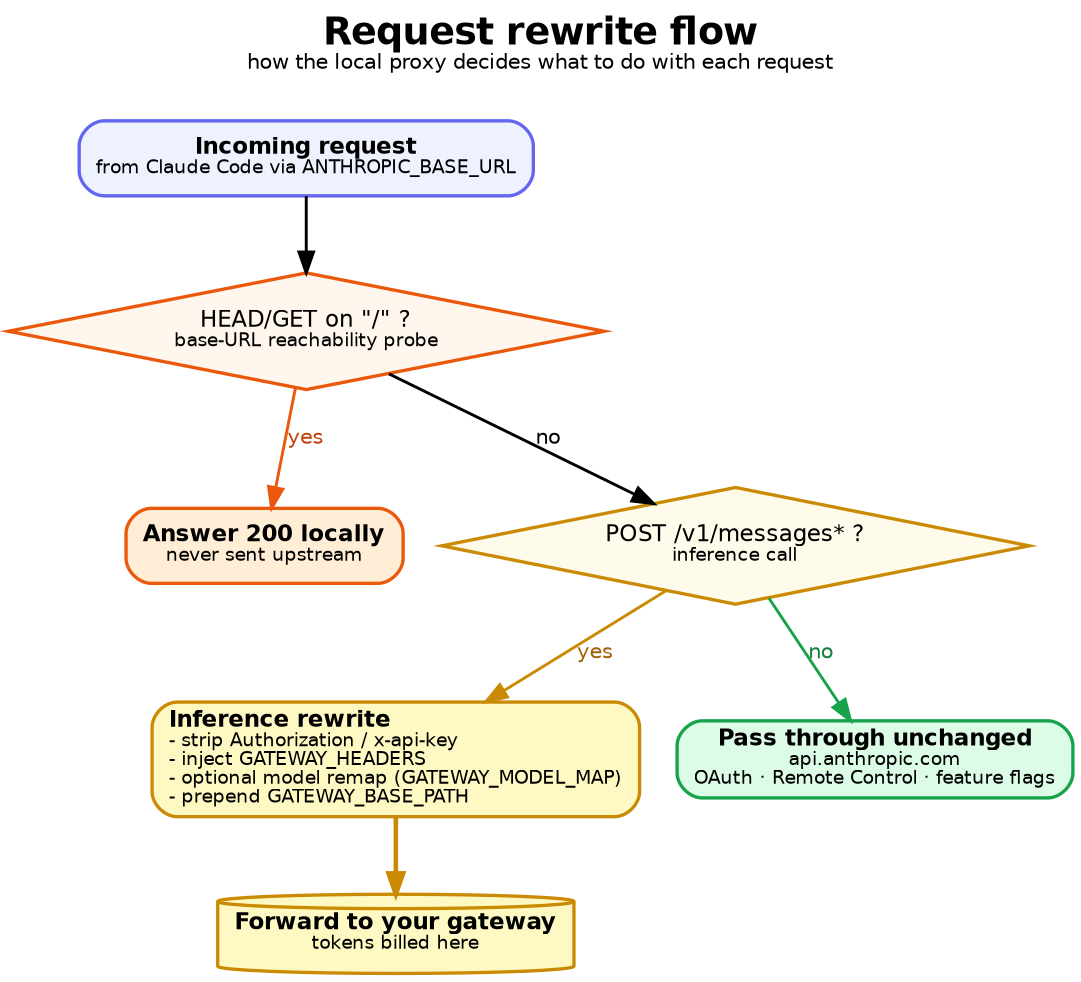
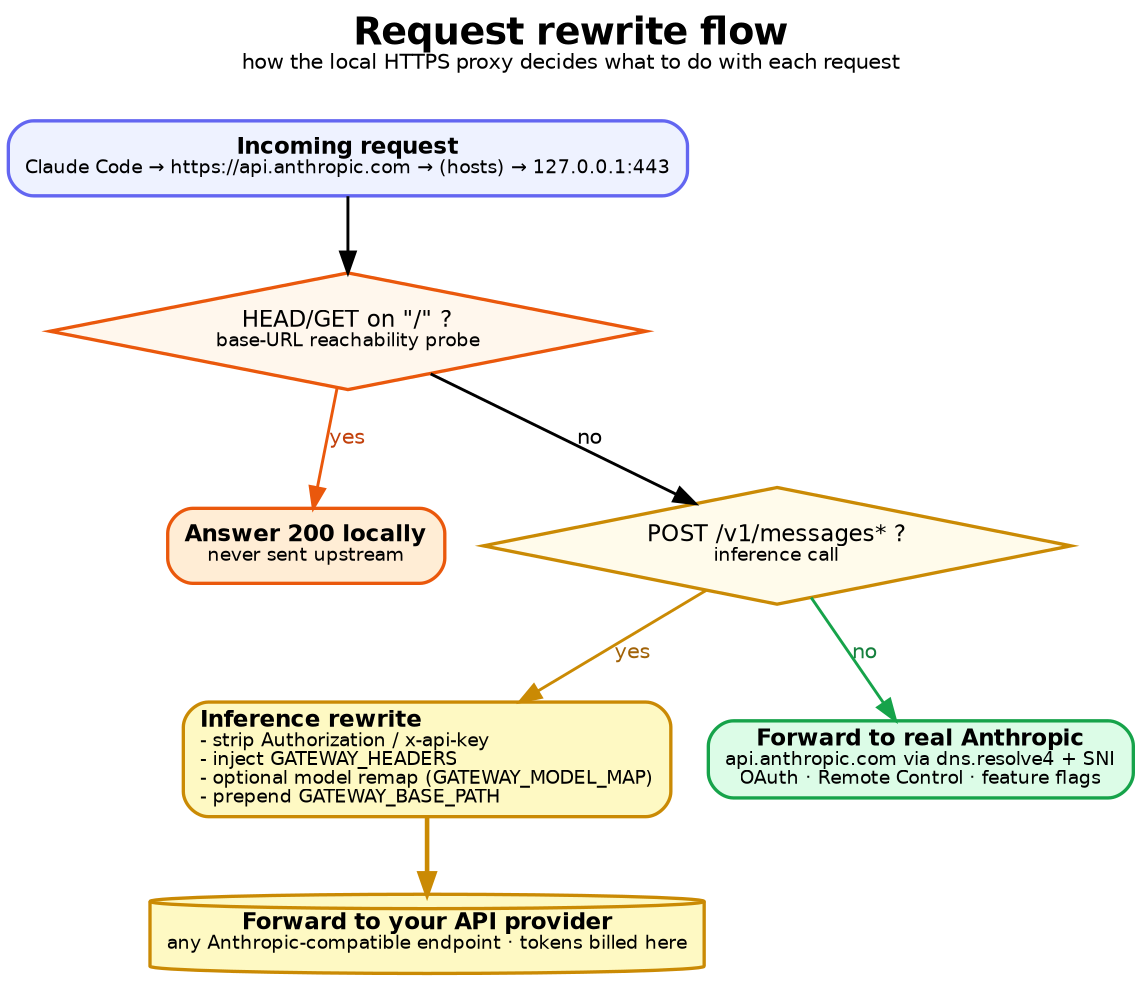
- // Per-request decision flow for the local proxy.
+ // Per-request decision flow for the local proxy (MITM mode).
// Render:  dot -Tsvg docs/request-flow.dot -o docs/request-flow.svg
digraph request_flow {
  rankdir=TB;
  bgcolor="white";
  fontname="Helvetica";
  labelloc="t";
  fontsize=18;
-   label=<<b>Request rewrite flow</b><br/><font point-size="10">how the local proxy decides what to do with each request</font><br/> >;
+   label=<<b>Request rewrite flow</b><br/><font point-size="10">how the local HTTPS proxy decides what to do with each request</font><br/> >;

  node [fontname="Helvetica", fontsize=11];
  edge [fontname="Helvetica", fontsize=10, penwidth=1.4];

-   start [label=<<b>Incoming request</b><br/><font point-size="9">from Claude Code via ANTHROPIC_BASE_URL</font>>,
+   start [label=<<b>Incoming request</b><br/><font point-size="9">Claude Code &rarr; https://api.anthropic.com &rarr; (hosts) &rarr; 127.0.0.1:443</font>>,
         shape=box, style="rounded,filled", fillcolor="#eef2ff", color="#6366f1", penwidth=1.6];

  d1 [label=<HEAD/GET on &quot;/&quot; ?<br/><font point-size="9">base-URL reachability probe</font>>,
      shape=diamond, style="filled", fillcolor="#fff7ed", color="#ea580c", penwidth=1.6];
  probe [label=<<b>Answer 200 locally</b><br/><font point-size="9">never sent upstream</font>>,
         shape=box, style="rounded,filled", fillcolor="#ffedd5", color="#ea580c", penwidth=1.6];

  d2 [label=<POST /v1/messages* ?<br/><font point-size="9">inference call</font>>,
      shape=diamond, style="filled", fillcolor="#fffbeb", color="#ca8a04", penwidth=1.6];

  inf [label=<<b>Inference rewrite</b><br align="left"/><font point-size="9">- strip Authorization / x-api-key<br align="left"/>- inject GATEWAY_HEADERS<br align="left"/>- optional model remap (GATEWAY_MODEL_MAP)<br align="left"/>- prepend GATEWAY_BASE_PATH<br align="left"/></font>>,
       shape=box, style="rounded,filled", fillcolor="#fef9c3", color="#ca8a04", penwidth=1.6];
-   gw [label=<<b>Forward to your gateway</b><br/><font point-size="9">tokens billed here</font>>,
+   gw [label=<<b>Forward to your API provider</b><br/><font point-size="9">any Anthropic-compatible endpoint · tokens billed here</font>>,
      shape=cylinder, style="filled", fillcolor="#fef9c3", color="#ca8a04", penwidth=1.6];

-   pass [label=<<b>Pass through unchanged</b><br/><font point-size="9">api.anthropic.com</font><br/><font point-size="9">OAuth · Remote Control · feature flags</font>>,
+   pass [label=<<b>Forward to real Anthropic</b><br/><font point-size="9">api.anthropic.com via dns.resolve4 + SNI</font><br/><font point-size="9">OAuth · Remote Control · feature flags</font>>,
        shape=box, style="rounded,filled", fillcolor="#dcfce7", color="#16a34a", penwidth=1.6];

  start -> d1;
  d1 -> probe [label="yes", color="#ea580c", fontcolor="#c2410c"];
  d1 -> d2 [label="no"];
  d2 -> inf [label="yes", color="#ca8a04", fontcolor="#a16207"];
  inf -> gw [color="#ca8a04", penwidth=2.2];
  d2 -> pass [label="no", color="#16a34a", fontcolor="#15803d"];
}
